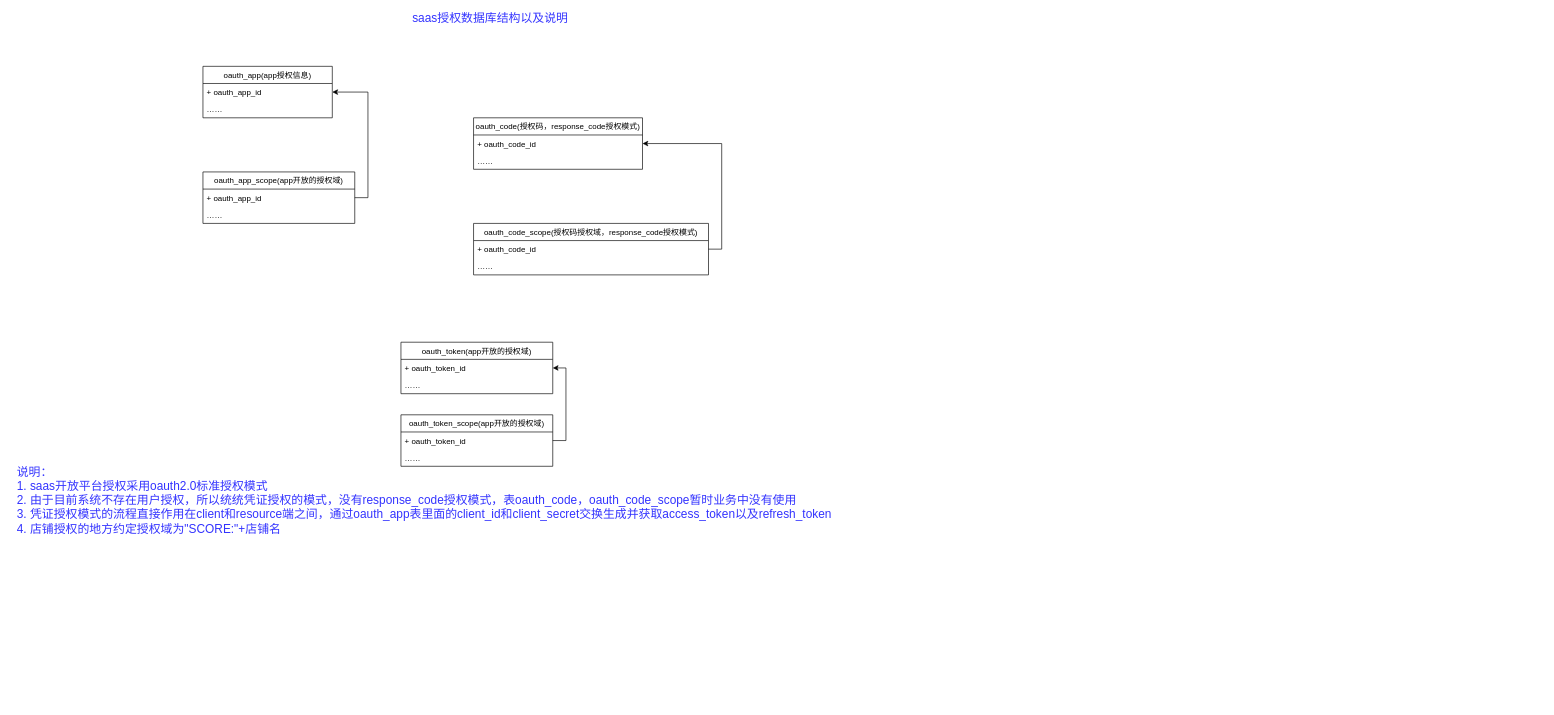
Above: zaimi-saas-db.drawio in iswear/draw.io (draw.io), before the change. Source tidied: cells renumbered, new cells numbered last; positions are measured from the earlier drawing's top-left corner, leaving out a move shared by most shapes. Both pictures are drawn from the tidied source at 66%, with x=0, y=0 at pixel (11, 12).
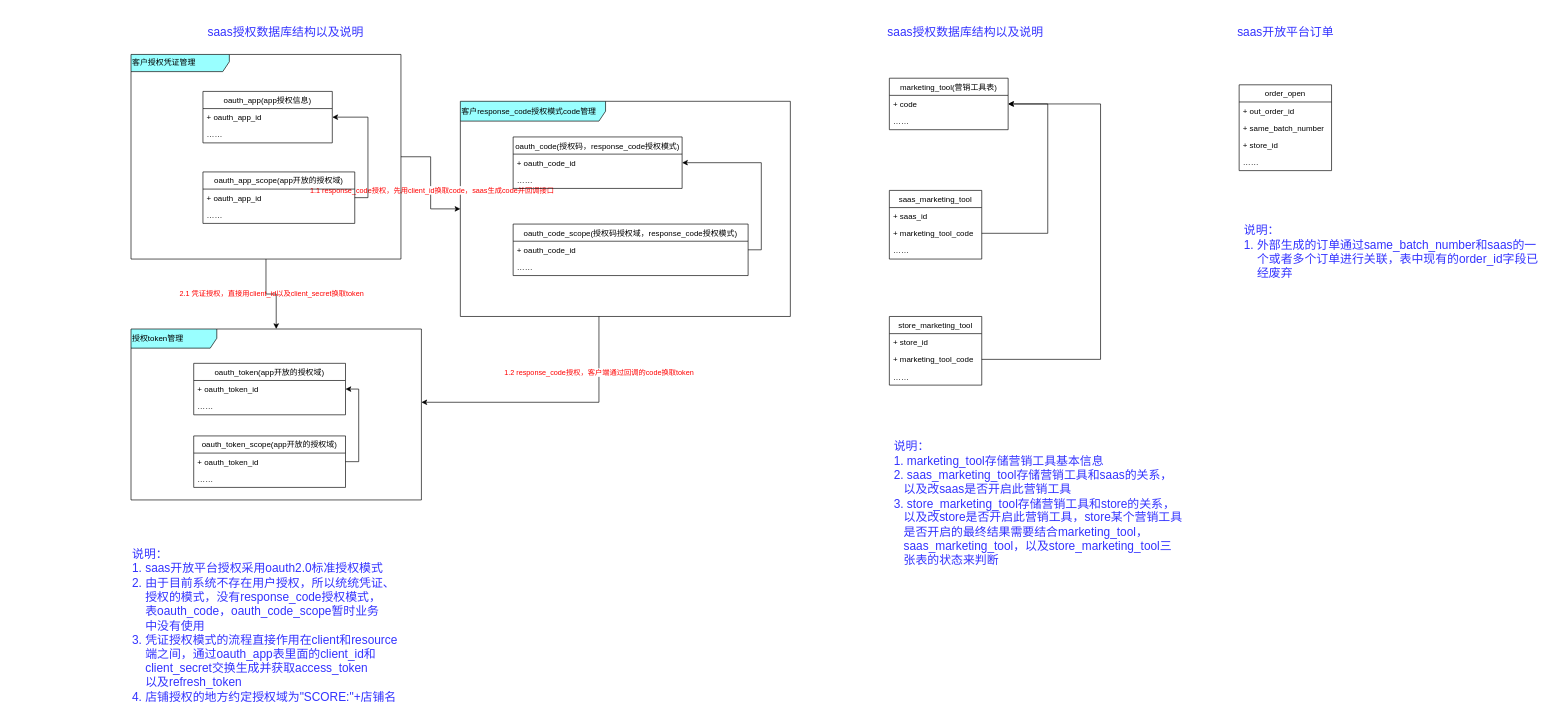
The same page after the edit.

The edit, as a diff of the source:
```diff
@@
+    <mxCell id="25" value="授权token管理" style="shape=umlFrame;whiteSpace=wrap;html=1;align=left;width=130;height=29;fillColor=#99FFFF;" parent="1" vertex="1">
+      <mxGeometry x="181" y="480" width="440" height="259" as="geometry" />
+    </mxCell>
+    <mxCell id="26" style="edgeStyle=orthogonalEdgeStyle;rounded=0;jettySize=auto;html=1;" parent="1" edge="1" source="28" target="25">
+      <mxGeometry relative="1" as="geometry">
+        <Array as="points">
+          <mxPoint x="890" y="591" />
+        </Array>
+      </mxGeometry>
+    </mxCell>
+    <mxCell id="27" value="1.2 response_code授权，客户端通过回调的code换取token" style="edgeLabel;html=1;align=center;verticalAlign=middle;fontColor=#FF0000;" parent="26" vertex="1">
+      <mxGeometry x="-0.58" y="-1" relative="1" as="geometry" />
+    </mxCell>
+    <mxCell id="28" value="客户response_code授权模式code管理" style="shape=umlFrame;whiteSpace=wrap;html=1;align=left;width=220;height=30;labelBackgroundColor=none;labelBorderColor=none;fillColor=#99FFFF;" parent="1" vertex="1">
+      <mxGeometry x="680" y="135" width="500" height="326" as="geometry" />
+    </mxCell>
+    <mxCell id="29" style="edgeStyle=orthogonalEdgeStyle;rounded=0;jettySize=auto;html=1;" parent="1" edge="1" source="32" target="28">
+      <mxGeometry relative="1" as="geometry">
+        <Array as="points">
+          <mxPoint x="635" y="219" />
+          <mxPoint x="635" y="298" />
+        </Array>
+      </mxGeometry>
+    </mxCell>
+    <mxCell id="30" value="1.1&amp;nbsp;response_code授权，先用client_id换取code，saas生成code并回调接口" style="edgeLabel;html=1;align=center;verticalAlign=middle;fontColor=#FF0000;" parent="29" vertex="1">
+      <mxGeometry x="0.12" y="1" relative="1" as="geometry" />
+    </mxCell>
+    <mxCell id="31" value="2.1&amp;nbsp;凭证授权，直接用client_id以及client_secret换取token" style="edgeStyle=orthogonalEdgeStyle;rounded=0;jettySize=auto;html=1;fontColor=#FF0000;labelBackgroundColor=none;" parent="1" edge="1" source="32" target="25">
+      <mxGeometry relative="1" as="geometry" />
+    </mxCell>
+    <mxCell id="32" value="客户授权凭证管理" style="shape=umlFrame;whiteSpace=wrap;html=1;align=left;width=149;height=26;fillColor=#99FFFF;" parent="1" vertex="1">
+      <mxGeometry x="181" y="64" width="409" height="310" as="geometry" />
+    </mxCell>
     <mxCell id="2" value="oauth_app(app授权信息)" style="swimlane;fontStyle=0;horizontal=1;startSize=26;fillColor=none;" parent="1" vertex="1">
-      <mxGeometry x="290" y="82" width="196" height="78" as="geometry" />
+      <mxGeometry x="290" y="120" width="196" height="78" as="geometry" />
     </mxCell>
@@
     <mxCell id="8" value="oauth_code(授权码，response_code授权模式)" style="swimlane;fontStyle=0;horizontal=1;startSize=26;fillColor=none;" parent="1" vertex="1">
-      <mxGeometry x="700" y="160" width="256" height="78" as="geometry" />
+      <mxGeometry x="760" y="189" width="256" height="78" as="geometry" />
     </mxCell>
@@
     <mxCell id="11" value="oauth_code_scope(授权码授权域，response_code授权模式)" style="swimlane;fontStyle=0;horizontal=1;startSize=26;fillColor=none;" parent="1" vertex="1">
-      <mxGeometry x="700" y="320" width="356" height="78" as="geometry" />
+      <mxGeometry x="760" y="321" width="356" height="78" as="geometry" />
     </mxCell>
@@
     <mxCell id="14" value="oauth_token(app开放的授权域)" style="swimlane;fontStyle=0;horizontal=1;startSize=26;fillColor=none;" parent="1" vertex="1">
-      <mxGeometry x="590" y="500" width="230" height="78" as="geometry" />
+      <mxGeometry x="276" y="532" width="230" height="78" as="geometry" />
     </mxCell>
@@
     <mxCell id="17" value="oauth_token_scope(app开放的授权域)" style="swimlane;fontStyle=0;horizontal=1;startSize=26;fillColor=none;" parent="1" vertex="1">
-      <mxGeometry x="590" y="610" width="230" height="78" as="geometry" />
+      <mxGeometry x="276" y="642" width="230" height="78" as="geometry" />
     </mxCell>
@@
     <mxCell id="20" value="&lt;font style=&quot;font-size: 18px&quot; color=&quot;#3333ff&quot;&gt;saas授权数据库结构以及说明&lt;/font&gt;" style="text;html=1;align=center;verticalAlign=middle;strokeColor=none;" parent="1" vertex="1">
-      <mxGeometry x="600" width="250" height="20" as="geometry" />
+      <mxGeometry x="290" y="20" width="250" height="20" as="geometry" />
     </mxCell>
@@
-    <mxCell id="24" value="&lt;div style=&quot;text-align: left&quot;&gt;&lt;span style=&quot;font-size: 18px ; color: rgb(51 , 51 , 255)&quot;&gt;说明：&lt;/span&gt;&lt;/div&gt;&lt;div style=&quot;text-align: left&quot;&gt;&lt;span style=&quot;font-size: 18px ; color: rgb(51 , 51 , 255)&quot;&gt;1.&amp;nbsp;saas开放平台授权采用oauth2.0标准授权模式&lt;/span&gt;&lt;/div&gt;&lt;div style=&quot;text-align: left&quot;&gt;&lt;span style=&quot;font-size: 18px ; color: rgb(51 , 51 , 255)&quot;&gt;2. 由于目前系统不存在用户授权，所以统统凭证授权的模式，没有response_code授权模式，表oauth_code，oauth_code_scope暂时业务中没有使用&lt;/span&gt;&lt;/div&gt;&lt;div style=&quot;text-align: left&quot;&gt;&lt;span style=&quot;font-size: 18px ; color: rgb(51 , 51 , 255)&quot;&gt;3.&amp;nbsp;凭证授权模式的流程直接作用在client和resource端之间，通过oauth_app表里面的client_id和client_secret交换生成并获取access_token以及refresh_token&lt;/span&gt;&lt;/div&gt;&lt;div style=&quot;text-align: left&quot;&gt;&lt;span style=&quot;font-size: 18px ; color: rgb(51 , 51 , 255)&quot;&gt;4.&amp;nbsp;店铺授权的地方约定授权域为&quot;SCORE:&quot;+店铺名&lt;/span&gt;&lt;/div&gt;" style="text;html=1;align=center;verticalAlign=middle;strokeColor=none;" parent="1" vertex="1">
-      <mxGeometry y="695" width="1250" height="90" as="geometry" />
+    <mxCell id="24" value="&lt;div style=&quot;&quot;&gt;&lt;span style=&quot;font-size: 18px ; color: rgb(51 , 51 , 255)&quot;&gt;说明：&lt;/span&gt;&lt;/div&gt;&lt;div style=&quot;&quot;&gt;&lt;span style=&quot;font-size: 18px ; color: rgb(51 , 51 , 255)&quot;&gt;1.&amp;nbsp;saas开放平台授权采用oauth2.0标准授权模式&lt;/span&gt;&lt;/div&gt;&lt;div style=&quot;&quot;&gt;&lt;span style=&quot;font-size: 18px ; color: rgb(51 , 51 , 255)&quot;&gt;2. 由于目前系统不存在用户授权，所以统统凭证、&lt;/span&gt;&lt;/div&gt;&lt;div style=&quot;&quot;&gt;&lt;span style=&quot;font-size: 18px ; color: rgb(51 , 51 , 255)&quot;&gt;&amp;nbsp; &amp;nbsp; 授权的模式，没有response_code授权模式，&lt;/span&gt;&lt;/div&gt;&lt;div style=&quot;&quot;&gt;&lt;span style=&quot;font-size: 18px ; color: rgb(51 , 51 , 255)&quot;&gt;&amp;nbsp; &amp;nbsp; 表oauth_code，oauth_code_scope暂时业务&lt;/span&gt;&lt;/div&gt;&lt;div style=&quot;&quot;&gt;&lt;span style=&quot;font-size: 18px ; color: rgb(51 , 51 , 255)&quot;&gt;&amp;nbsp; &amp;nbsp; 中没有使用&lt;/span&gt;&lt;/div&gt;&lt;div style=&quot;&quot;&gt;&lt;span style=&quot;font-size: 18px ; color: rgb(51 , 51 , 255)&quot;&gt;3.&amp;nbsp;凭证授权模式的流程直接作用在client和resource&lt;/span&gt;&lt;/div&gt;&lt;div style=&quot;&quot;&gt;&lt;span style=&quot;font-size: 18px ; color: rgb(51 , 51 , 255)&quot;&gt;&amp;nbsp; &amp;nbsp; 端之间，通过oauth_app表里面的client_id和&lt;/span&gt;&lt;/div&gt;&lt;div style=&quot;&quot;&gt;&lt;span style=&quot;font-size: 18px ; color: rgb(51 , 51 , 255)&quot;&gt;&amp;nbsp; &amp;nbsp; client_secret交换生成并获取access_token&lt;/span&gt;&lt;/div&gt;&lt;div style=&quot;&quot;&gt;&lt;span style=&quot;font-size: 18px ; color: rgb(51 , 51 , 255)&quot;&gt;&amp;nbsp; &amp;nbsp; 以及refresh_token&lt;/span&gt;&lt;/div&gt;&lt;div style=&quot;&quot;&gt;&lt;span style=&quot;font-size: 18px ; color: rgb(51 , 51 , 255)&quot;&gt;4.&amp;nbsp;店铺授权的地方约定授权域为&quot;SCORE:&quot;+店铺名&lt;/span&gt;&lt;/div&gt;" style="text;html=1;align=left;verticalAlign=middle;strokeColor=none;" parent="1" vertex="1">
+      <mxGeometry x="181" y="840" width="420" height="180" as="geometry" />
     </mxCell>
+    <mxCell id="33" value="marketing_tool(营销工具表)" style="swimlane;fontStyle=0;horizontal=1;startSize=26;fillColor=none;" parent="1" vertex="1">
+      <mxGeometry x="1330" y="100" width="180" height="78" as="geometry" />
+    </mxCell>
+    <mxCell id="34" value="+ code" style="text;strokeColor=none;fillColor=none;align=left;verticalAlign=top;spacingLeft=4;spacingRight=4;overflow=hidden;points=[[0,0.5],[1,0.5]];portConstraint=eastwest;" parent="33" vertex="1">
+      <mxGeometry y="26" width="180" height="26" as="geometry" />
+    </mxCell>
+    <mxCell id="35" value="……" style="text;strokeColor=none;fillColor=none;align=left;verticalAlign=top;spacingLeft=4;spacingRight=4;overflow=hidden;" parent="33" vertex="1">
+      <mxGeometry y="52" width="180" height="26" as="geometry" />
+    </mxCell>
+    <mxCell id="36" value="saas_marketing_tool" style="swimlane;fontStyle=0;horizontal=1;startSize=26;fillColor=none;" parent="1" vertex="1">
+      <mxGeometry x="1330" y="270" width="140" height="104" as="geometry" />
+    </mxCell>
+    <mxCell id="37" value="+ saas_id" style="text;strokeColor=none;fillColor=none;align=left;verticalAlign=top;spacingLeft=4;spacingRight=4;overflow=hidden;" parent="36" vertex="1">
+      <mxGeometry y="26" width="140" height="26" as="geometry" />
+    </mxCell>
+    <mxCell id="38" value="+ marketing_tool_code" style="text;strokeColor=none;fillColor=none;align=left;verticalAlign=top;spacingLeft=4;spacingRight=4;overflow=hidden;points=[[0,0.5],[1,0.5]];portConstraint=eastwest;" parent="36" vertex="1">
+      <mxGeometry y="52" width="140" height="26" as="geometry" />
+    </mxCell>
+    <mxCell id="39" value="……" style="text;strokeColor=none;fillColor=none;align=left;verticalAlign=top;spacingLeft=4;spacingRight=4;overflow=hidden;" parent="36" vertex="1">
+      <mxGeometry y="78" width="140" height="26" as="geometry" />
+    </mxCell>
+    <mxCell id="40" value="store_marketing_tool" style="swimlane;fontStyle=0;horizontal=1;startSize=26;fillColor=none;" parent="1" vertex="1">
+      <mxGeometry x="1330" y="461" width="140" height="104" as="geometry" />
+    </mxCell>
+    <mxCell id="41" value="+ store_id" style="text;strokeColor=none;fillColor=none;align=left;verticalAlign=top;spacingLeft=4;spacingRight=4;overflow=hidden;" parent="40" vertex="1">
+      <mxGeometry y="26" width="140" height="26" as="geometry" />
+    </mxCell>
+    <mxCell id="42" value="+ marketing_tool_code" style="text;strokeColor=none;fillColor=none;align=left;verticalAlign=top;spacingLeft=4;spacingRight=4;overflow=hidden;points=[[0,0.5],[1,0.5]];portConstraint=eastwest;" parent="40" vertex="1">
+      <mxGeometry y="52" width="140" height="26" as="geometry" />
+    </mxCell>
+    <mxCell id="43" value="……" style="text;strokeColor=none;fillColor=none;align=left;verticalAlign=top;spacingLeft=4;spacingRight=4;overflow=hidden;" parent="40" vertex="1">
+      <mxGeometry y="78" width="140" height="26" as="geometry" />
+    </mxCell>
+    <mxCell id="44" style="edgeStyle=orthogonalEdgeStyle;rounded=0;jettySize=auto;html=1;exitX=1;exitY=0.5;exitDx=0;exitDy=0;entryX=1;entryY=0.5;entryDx=0;entryDy=0;" parent="1" edge="1" source="42" target="34">
+      <mxGeometry relative="1" as="geometry">
+        <Array as="points">
+          <mxPoint x="1650" y="526" />
+          <mxPoint x="1650" y="139" />
+        </Array>
+      </mxGeometry>
+    </mxCell>
+    <mxCell id="45" style="edgeStyle=orthogonalEdgeStyle;rounded=0;jettySize=auto;html=1;exitX=1;exitY=0.5;exitDx=0;exitDy=0;entryX=1;entryY=0.5;entryDx=0;entryDy=0;" parent="1" edge="1" source="38" target="34">
+      <mxGeometry relative="1" as="geometry">
+        <Array as="points">
+          <mxPoint x="1570" y="335" />
+          <mxPoint x="1570" y="139" />
+        </Array>
+      </mxGeometry>
+    </mxCell>
+    <mxCell id="46" value="&lt;font style=&quot;font-size: 18px&quot; color=&quot;#3333ff&quot;&gt;saas授权数据库结构以及说明&lt;/font&gt;" style="text;html=1;align=center;verticalAlign=middle;strokeColor=none;" parent="1" vertex="1">
+      <mxGeometry x="1320" y="20" width="250" height="20" as="geometry" />
+    </mxCell>
+    <mxCell id="47" value="&lt;div style=&quot;text-align: left&quot;&gt;&lt;span style=&quot;font-size: 18px ; color: rgb(51 , 51 , 255)&quot;&gt;说明：&lt;/span&gt;&lt;/div&gt;&lt;div style=&quot;text-align: left&quot;&gt;&lt;span style=&quot;font-size: 18px ; color: rgb(51 , 51 , 255)&quot;&gt;1.&amp;nbsp;marketing_tool存储营销工具基本信息&lt;br&gt;2. saas_marketing_tool存储营销工具和saas的关系，&lt;br&gt;&amp;nbsp; &amp;nbsp;以及改saas是否开启此营销工具&lt;br&gt;&lt;/span&gt;&lt;span style=&quot;color: rgb(51 , 51 , 255) ; font-size: 18px&quot;&gt;3.&amp;nbsp;store_marketing_tool存储营销工具和store的关系，&lt;br&gt;&amp;nbsp; &amp;nbsp;以及改store是否开启此营销工具，store某个营销工具&lt;/span&gt;&lt;/div&gt;&lt;div style=&quot;text-align: left&quot;&gt;&lt;span style=&quot;color: rgb(51 , 51 , 255) ; font-size: 18px&quot;&gt;&amp;nbsp; &amp;nbsp;是否开启的最终结果需要结合marketing_tool，&lt;/span&gt;&lt;/div&gt;&lt;div style=&quot;text-align: left&quot;&gt;&lt;span style=&quot;color: rgb(51 , 51 , 255) ; font-size: 18px&quot;&gt;&amp;nbsp; &amp;nbsp;saas_marketing_tool，以及store_marketing_tool三&lt;/span&gt;&lt;/div&gt;&lt;div style=&quot;text-align: left&quot;&gt;&lt;span style=&quot;color: rgb(51 , 51 , 255) ; font-size: 18px&quot;&gt;&amp;nbsp; &amp;nbsp;张表的状态来判断&lt;/span&gt;&lt;br style=&quot;color: rgb(51 , 51 , 255) ; font-size: 18px&quot;&gt;&lt;/div&gt;" style="text;html=1;align=center;verticalAlign=middle;strokeColor=none;" parent="1" vertex="1">
+      <mxGeometry x="1330" y="670" width="450" height="150" as="geometry" />
+    </mxCell>
+    <mxCell id="48" value="&lt;font color=&quot;#3333ff&quot;&gt;&lt;span style=&quot;font-size: 18px&quot;&gt;saas开放平台订单&lt;/span&gt;&lt;/font&gt;" style="text;html=1;align=center;verticalAlign=middle;strokeColor=none;" parent="1" vertex="1">
+      <mxGeometry x="1850" y="20" width="160" height="20" as="geometry" />
+    </mxCell>
+    <mxCell id="49" value="order_open" style="swimlane;fontStyle=0;horizontal=1;startSize=26;fillColor=none;" parent="1" vertex="1">
+      <mxGeometry x="1860" y="110" width="140" height="130" as="geometry" />
+    </mxCell>
+    <mxCell id="50" value="+ out_order_id" style="text;strokeColor=none;fillColor=none;align=left;verticalAlign=top;spacingLeft=4;spacingRight=4;overflow=hidden;" parent="49" vertex="1">
+      <mxGeometry y="26" width="140" height="26" as="geometry" />
+    </mxCell>
+    <mxCell id="51" value="+ same_batch_number" style="text;strokeColor=none;fillColor=none;align=left;verticalAlign=top;spacingLeft=4;spacingRight=4;overflow=hidden;" parent="49" vertex="1">
+      <mxGeometry y="52" width="140" height="26" as="geometry" />
+    </mxCell>
+    <mxCell id="52" value="+ store_id" style="text;strokeColor=none;fillColor=none;align=left;verticalAlign=top;spacingLeft=4;spacingRight=4;overflow=hidden;" parent="49" vertex="1">
+      <mxGeometry y="78" width="140" height="26" as="geometry" />
+    </mxCell>
+    <mxCell id="53" value="……" style="text;strokeColor=none;fillColor=none;align=left;verticalAlign=top;spacingLeft=4;spacingRight=4;overflow=hidden;" parent="49" vertex="1">
+      <mxGeometry y="104" width="140" height="26" as="geometry" />
+    </mxCell>
+    <mxCell id="54" value="&lt;div style=&quot;text-align: left&quot;&gt;&lt;span style=&quot;font-size: 18px ; color: rgb(51 , 51 , 255)&quot;&gt;说明：&lt;/span&gt;&lt;/div&gt;&lt;div style=&quot;text-align: left&quot;&gt;&lt;span style=&quot;font-size: 18px ; color: rgb(51 , 51 , 255)&quot;&gt;1.&amp;nbsp;外部生成的订单通过same_batch_number和saas的一&lt;/span&gt;&lt;/div&gt;&lt;div style=&quot;text-align: left&quot;&gt;&lt;span style=&quot;font-size: 18px ; color: rgb(51 , 51 , 255)&quot;&gt;&amp;nbsp; &amp;nbsp; 个或者多个订单进行关联，&lt;/span&gt;&lt;span style=&quot;color: rgb(51 , 51 , 255) ; font-size: 18px&quot;&gt;表中现有的order_id字段&lt;/span&gt;&lt;span style=&quot;color: rgb(51 , 51 , 255) ; font-size: 18px&quot;&gt;已&lt;/span&gt;&lt;/div&gt;&lt;div style=&quot;text-align: left&quot;&gt;&lt;span style=&quot;color: rgb(51 , 51 , 255) ; font-size: 18px&quot;&gt;&amp;nbsp; &amp;nbsp; 经废弃&lt;/span&gt;&lt;/div&gt;" style="text;html=1;align=center;verticalAlign=middle;strokeColor=none;" parent="1" vertex="1">
+      <mxGeometry x="1860" y="329" width="460" height="70" as="geometry" />
+    </mxCell>
```
